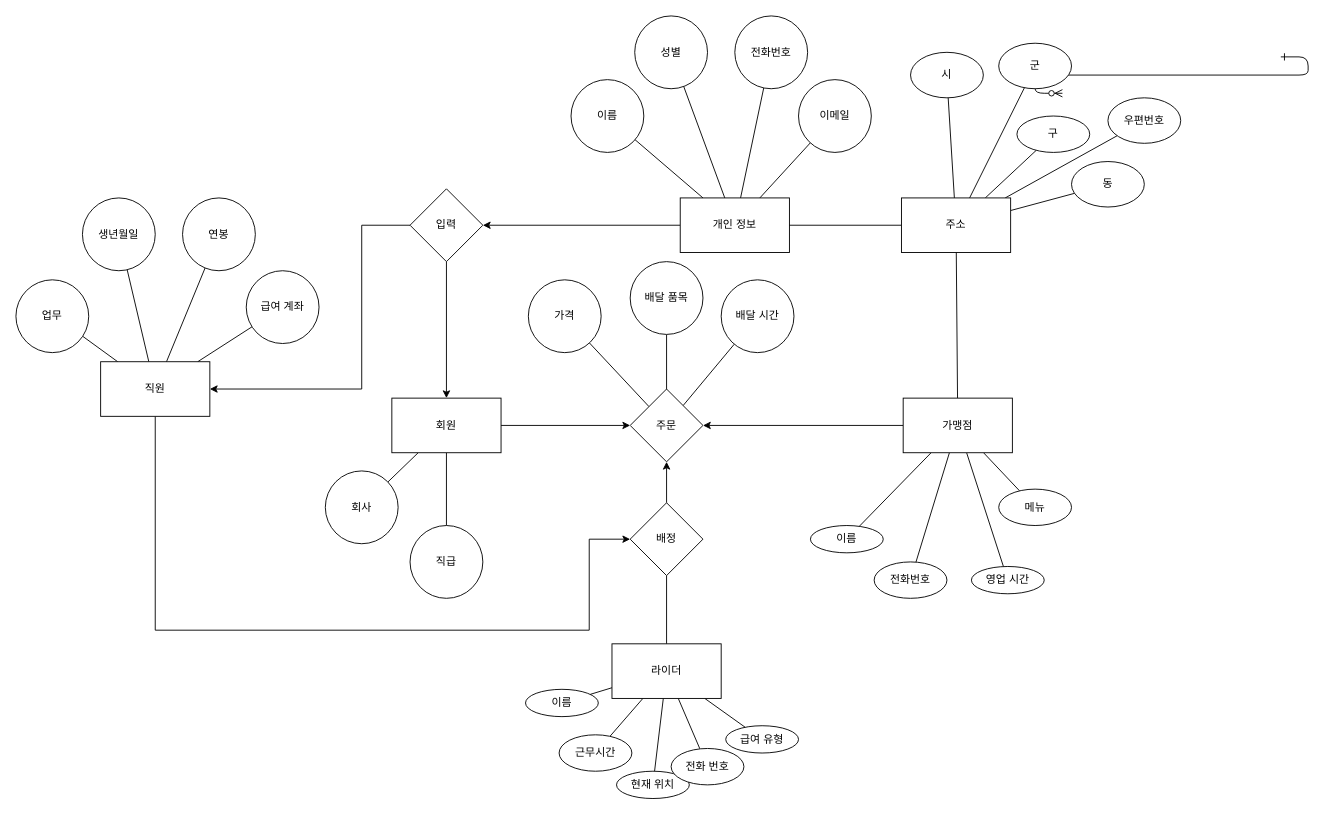
Above: 제목 없는 다이어그램.drawio in YewonCALLI/web-programming (draw.io), before the change. Source tidied: cells renumbered, new cells numbered last; positions are measured from the earlier drawing's top-left corner, leaving out a move shared by most shapes. Both pictures are drawn from the tidied source at 91%, with x=0, y=0 at pixel (15, 15).
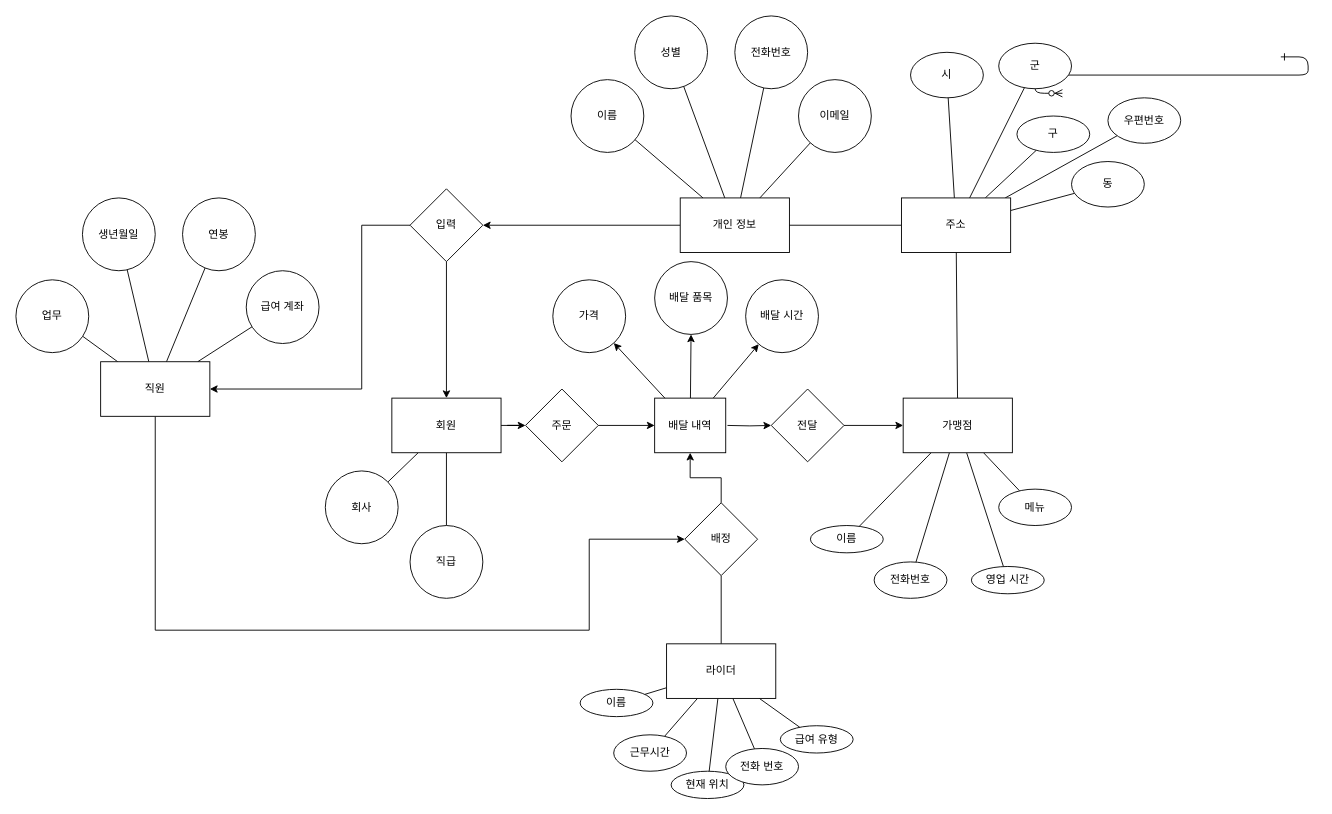
After the change.

Commit message (it also covers changes not shown here):
제목 없는 다이어그램.drawio 업데이트

Unchanged cells that the change refers to:
```xml
<mxCell id="67" value="가맹점" style="rounded=0;whiteSpace=wrap;html=1;" parent="1" vertex="1">
  <mxGeometry x="975" y="420" width="120" height="60" as="geometry" />
</mxCell>
```

Diff of the diagram source:
```diff
@@
     <mxCell id="51" value="라이더" style="rounded=0;whiteSpace=wrap;html=1;" parent="1" vertex="1">
-      <mxGeometry x="655" y="690" width="120" height="60" as="geometry" />
+      <mxGeometry x="715" y="690" width="120" height="60" as="geometry" />
     </mxCell>
     <mxCell id="52" value="이름" style="ellipse;whiteSpace=wrap;html=1;rounded=0;" parent="1" vertex="1">
-      <mxGeometry x="560" y="740" width="80" height="30" as="geometry" />
+      <mxGeometry x="620" y="740" width="80" height="30" as="geometry" />
     </mxCell>
     <mxCell id="53" value="근무시간" style="ellipse;whiteSpace=wrap;html=1;rounded=0;" parent="1" vertex="1">
-      <mxGeometry x="596.9" y="790" width="80" height="40" as="geometry" />
+      <mxGeometry x="656.9" y="790" width="80" height="40" as="geometry" />
     </mxCell>
     <mxCell id="54" value="현재 위치" style="ellipse;whiteSpace=wrap;html=1;rounded=0;" parent="1" vertex="1">
-      <mxGeometry x="660" y="830" width="80" height="30" as="geometry" />
+      <mxGeometry x="720" y="830" width="80" height="30" as="geometry" />
     </mxCell>
     <mxCell id="55" value="전화 번호" style="ellipse;whiteSpace=wrap;html=1;rounded=0;" parent="1" vertex="1">
-      <mxGeometry x="720" y="805" width="80" height="40" as="geometry" />
+      <mxGeometry x="780" y="805" width="80" height="40" as="geometry" />
     </mxCell>
     <mxCell id="56" value="급여 유형" style="ellipse;whiteSpace=wrap;html=1;rounded=0;" parent="1" vertex="1">
-      <mxGeometry x="780" y="780" width="80" height="30" as="geometry" />
+      <mxGeometry x="840" y="780" width="80" height="30" as="geometry" />
     </mxCell>
-    <mxCell id="57" style="rounded=0;jettySize=auto;html=1;endArrow=none;endFill=0;" parent="1" edge="1" source="60" target="72">
-      <mxGeometry relative="1" as="geometry" />
-    </mxCell>
-    <mxCell id="58" style="rounded=0;jettySize=auto;html=1;endArrow=none;endFill=0;" parent="1" edge="1" source="60" target="73">
-      <mxGeometry relative="1" as="geometry" />
-    </mxCell>
-    <mxCell id="59" style="rounded=0;jettySize=auto;html=1;endArrow=none;endFill=0;" parent="1" edge="1" source="60" target="74">
-      <mxGeometry relative="1" as="geometry" />
-    </mxCell>
-    <mxCell id="60" value="주문" style="rhombus;whiteSpace=wrap;html=1;rounded=0;" parent="1" vertex="1">
-      <mxGeometry x="675" y="410" width="80" height="80" as="geometry" />
-    </mxCell>
+    <mxCell id="77" style="edgeStyle=orthogonalEdgeStyle;rounded=0;jettySize=auto;html=1;entryX=0;entryY=0.5;entryDx=0;entryDy=0;" parent="1" edge="1" target="80">
+      <mxGeometry relative="1" as="geometry">
+        <mxPoint x="781.9" y="450" as="sourcePoint" />
+      </mxGeometry>
+    </mxCell>
@@
-    <mxCell id="66" style="edgeStyle=orthogonalEdgeStyle;rounded=0;jettySize=auto;html=1;entryX=1;entryY=0.5;entryDx=0;entryDy=0;" parent="1" edge="1" source="67" target="60">
-      <mxGeometry relative="1" as="geometry" />
-    </mxCell>
@@
     <mxCell id="72" value="가격" style="ellipse;whiteSpace=wrap;html=1;rounded=0;" parent="1" vertex="1">
-      <mxGeometry x="563.1" y="290" width="80" height="80" as="geometry" />
+      <mxGeometry x="590" y="290" width="80" height="80" as="geometry" />
     </mxCell>
     <mxCell id="73" value="배달 품목" style="ellipse;whiteSpace=wrap;html=1;rounded=0;" parent="1" vertex="1">
-      <mxGeometry x="675" y="270" width="80" height="80" as="geometry" />
+      <mxGeometry x="701.9" y="270" width="80" height="80" as="geometry" />
     </mxCell>
     <mxCell id="74" value="배달 시간" style="ellipse;whiteSpace=wrap;html=1;rounded=0;" parent="1" vertex="1">
-      <mxGeometry x="775" y="290" width="80" height="80" as="geometry" />
+      <mxGeometry x="801.9" y="290" width="80" height="80" as="geometry" />
     </mxCell>
-    <mxCell id="75" style="edgeStyle=orthogonalEdgeStyle;rounded=0;jettySize=auto;html=1;exitX=0.5;exitY=0;exitDx=0;exitDy=0;entryX=0.5;entryY=1;entryDx=0;entryDy=0;" parent="1" edge="1" source="76" target="60">
-      <mxGeometry relative="1" as="geometry" />
-    </mxCell>
+    <mxCell id="78" style="edgeStyle=orthogonalEdgeStyle;rounded=0;jettySize=auto;html=1;entryX=0.5;entryY=1;entryDx=0;entryDy=0;" parent="1" edge="1" source="76" target="84">
+      <mxGeometry relative="1" as="geometry" />
+    </mxCell>
     <mxCell id="76" value="배정" style="rhombus;whiteSpace=wrap;html=1;rounded=0;" parent="1" vertex="1">
-      <mxGeometry x="675" y="535" width="80" height="80" as="geometry" />
+      <mxGeometry x="735" y="535" width="80" height="80" as="geometry" />
     </mxCell>
+    <mxCell id="79" style="edgeStyle=orthogonalEdgeStyle;rounded=0;jettySize=auto;html=1;" parent="1" edge="1" source="80" target="67">
+      <mxGeometry relative="1" as="geometry" />
+    </mxCell>
+    <mxCell id="80" value="전달" style="rhombus;whiteSpace=wrap;html=1;rounded=0;" parent="1" vertex="1">
+      <mxGeometry x="830" y="410" width="80" height="80" as="geometry" />
+    </mxCell>
+    <mxCell id="81" style="edgeStyle=orthogonalEdgeStyle;rounded=0;jettySize=auto;html=1;" parent="1" edge="1" source="60" target="84">
+      <mxGeometry relative="1" as="geometry" />
+    </mxCell>
+    <mxCell id="60" value="주문" style="rhombus;whiteSpace=wrap;html=1;rounded=0;" parent="1" vertex="1">
+      <mxGeometry x="560" y="410" width="80" height="80" as="geometry" />
+    </mxCell>
+    <mxCell id="82" style="rounded=0;jettySize=auto;html=1;" parent="1" edge="1" source="84" target="73">
+      <mxGeometry relative="1" as="geometry" />
+    </mxCell>
+    <mxCell id="83" style="rounded=0;jettySize=auto;html=1;" parent="1" edge="1" source="84" target="74">
+      <mxGeometry relative="1" as="geometry" />
+    </mxCell>
+    <mxCell id="84" value="배달 내역" style="whiteSpace=wrap;html=1;" parent="1" vertex="1">
+      <mxGeometry x="701.9" y="420" width="78.1" height="60" as="geometry" />
+    </mxCell>
+    <mxCell id="85" style="rounded=0;jettySize=auto;html=1;" parent="1" edge="1" source="84" target="72">
+      <mxGeometry relative="1" as="geometry" />
+    </mxCell>
```
